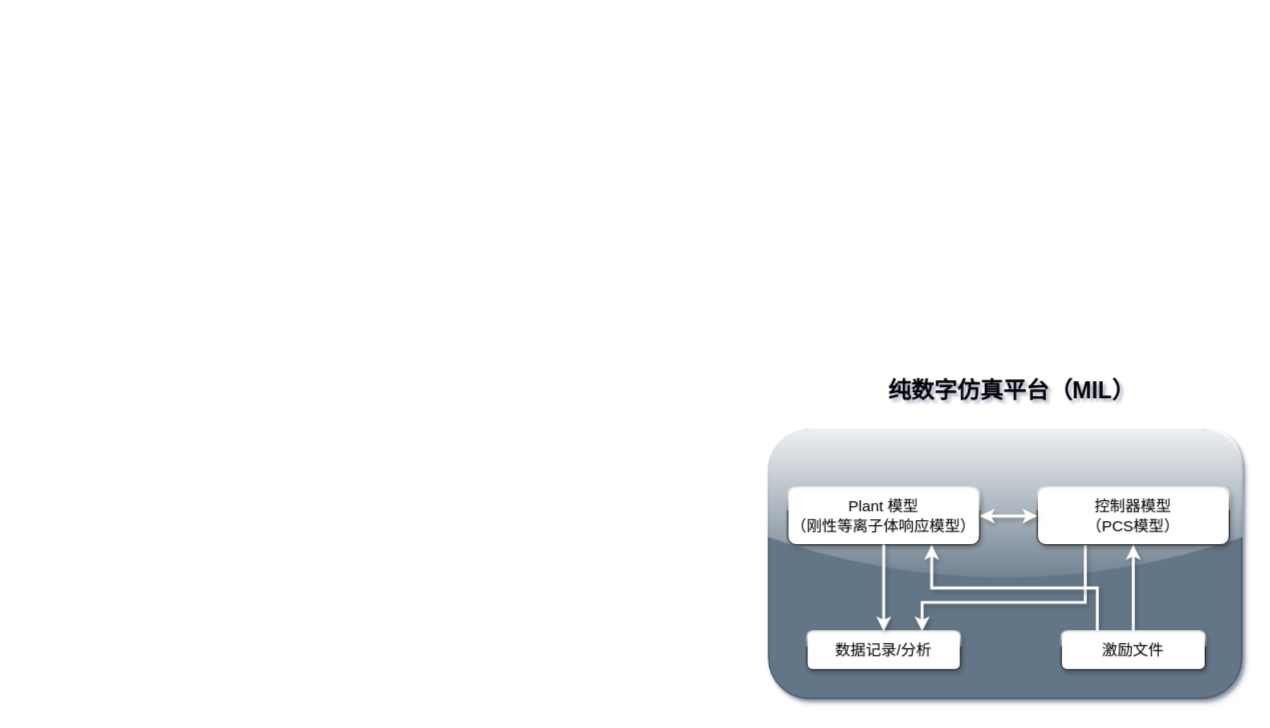
3038814044/draw keeps this draw.io diagram as Untitled Diagram.drawio. Above is the earlier version. Source tidied: cells renumbered, new cells numbered last; positions are measured from the earlier drawing's top-left corner, leaving out a move shared by most shapes. Both pictures are drawn from the tidied source at 96%, with x=0, y=0 at pixel (768, 372).
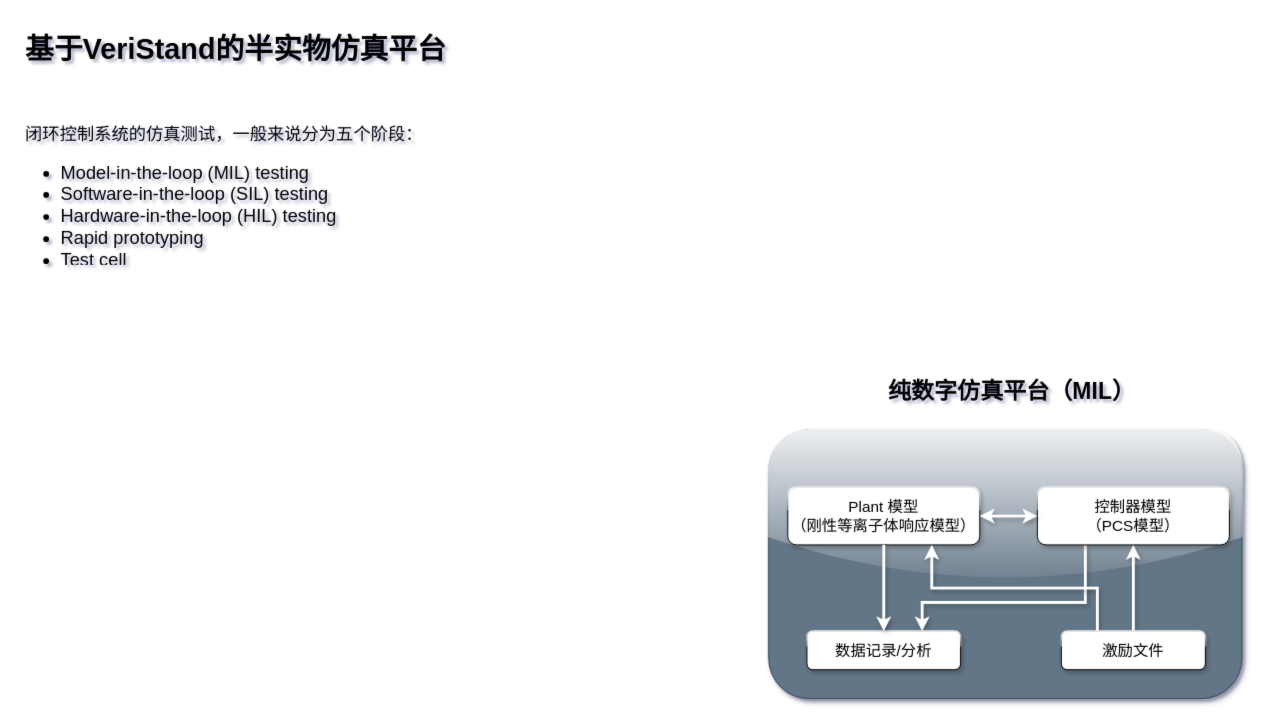
Above is the later version.

Change to the diagram source:
```diff
@@
-<mxGraphModel background="#ffffff" shadow="1">
+<mxGraphModel background="#FFFFFF" shadow="1">
   <root>
     <mxCell id="0" />
     <mxCell id="1" parent="0" />
     <mxCell id="2" style="whiteSpace=wrap;html=1;shadow=1;fontSize=18;fillColor=#647687;strokeColor=#314354;fontColor=#ffffff;sketch=0;glass=1;rounded=1;" parent="1" vertex="1">
       <mxGeometry y="60" width="493" height="280" as="geometry" />
     </mxCell>
     <mxCell id="3" value="纯数字仿真平台（MIL）" style="text;strokeColor=none;fillColor=none;html=1;fontSize=24;fontStyle=1;verticalAlign=middle;align=center;shadow=1;glass=0;rounded=0;sketch=0;" parent="1" vertex="1">
       <mxGeometry x="120" width="265" height="40" as="geometry" />
     </mxCell>
     <mxCell id="4" value="&lt;font style=&quot;font-size: 16px&quot;&gt;Plant 模型&lt;br&gt;（刚性等离子体响应模型）&lt;br&gt;&lt;/font&gt;" style="rounded=1;whiteSpace=wrap;html=1;gradientDirection=south;shadow=1;glass=1;" parent="1" vertex="1">
       <mxGeometry x="20" y="120" width="200" height="60" as="geometry" />
     </mxCell>
     <mxCell id="5" style="edgeStyle=orthogonalEdgeStyle;rounded=0;sketch=0;jettySize=auto;html=1;exitX=0.25;exitY=1;exitDx=0;exitDy=0;entryX=0.75;entryY=0;entryDx=0;entryDy=0;shadow=1;strokeColor=#FFFFFF;strokeWidth=3;" parent="1" edge="1" source="6" target="8">
       <mxGeometry relative="1" as="geometry">
         <Array as="points">
           <mxPoint x="330" y="240" />
           <mxPoint x="160" y="240" />
         </Array>
       </mxGeometry>
     </mxCell>
     <mxCell id="6" value="&lt;font style=&quot;font-size: 16px&quot;&gt;控制器模型&lt;br&gt;（PCS模型）&lt;br&gt;&lt;/font&gt;" style="rounded=1;whiteSpace=wrap;html=1;shadow=1;gradientColor=none;glass=1;" parent="1" vertex="1">
       <mxGeometry x="280" y="120" width="200" height="60" as="geometry" />
     </mxCell>
     <mxCell id="7" style="endArrow=classic;startArrow=classic;html=1;strokeColor=#FFFFFF;entryX=0;entryY=0.5;entryDx=0;entryDy=0;exitX=1;exitY=0.5;exitDx=0;exitDy=0;strokeWidth=3;sketch=0;shadow=1;" parent="1" edge="1" source="4" target="6">
       <mxGeometry relative="1" as="geometry" />
     </mxCell>
     <mxCell id="8" value="&lt;font style=&quot;font-size: 16px&quot;&gt;数据记录/分析&lt;/font&gt;" style="rounded=1;whiteSpace=wrap;html=1;shadow=1;glass=1;sketch=0;gradientColor=none;" parent="1" vertex="1">
       <mxGeometry x="40" y="270" width="160" height="40" as="geometry" />
     </mxCell>
     <mxCell id="9" style="edgeStyle=orthogonalEdgeStyle;rounded=0;sketch=0;jettySize=auto;html=1;exitX=0.5;exitY=0;exitDx=0;exitDy=0;shadow=1;strokeColor=#FFFFFF;strokeWidth=3;entryX=0.5;entryY=1;entryDx=0;entryDy=0;" parent="1" edge="1" source="11" target="6">
       <mxGeometry relative="1" as="geometry" />
     </mxCell>
     <mxCell id="10" style="edgeStyle=orthogonalEdgeStyle;rounded=0;sketch=0;jettySize=auto;html=1;exitX=0.25;exitY=0;exitDx=0;exitDy=0;entryX=0.75;entryY=1;entryDx=0;entryDy=0;shadow=1;strokeColor=#FFFFFF;strokeWidth=3;" parent="1" edge="1" source="11" target="4">
       <mxGeometry relative="1" as="geometry" />
     </mxCell>
     <mxCell id="11" value="&lt;span style=&quot;font-size: 16px&quot;&gt;激励文件&lt;/span&gt;" style="rounded=1;whiteSpace=wrap;html=1;shadow=1;glass=1;sketch=0;gradientColor=none;" parent="1" vertex="1">
       <mxGeometry x="305" y="270" width="150" height="40" as="geometry" />
     </mxCell>
     <mxCell id="12" style="endArrow=classic;html=1;shadow=1;strokeColor=#FFFFFF;strokeWidth=3;exitX=0.5;exitY=1;exitDx=0;exitDy=0;entryX=0.5;entryY=0;entryDx=0;entryDy=0;" parent="1" edge="1" source="4" target="8">
       <mxGeometry relative="1" as="geometry" />
     </mxCell>
+    <mxCell id="13" value="&lt;h1&gt;&lt;font style=&quot;font-size: 30px&quot;&gt;基于VeriStand的半实物仿真平台&lt;/font&gt;&lt;/h1&gt;&lt;h1&gt;&amp;nbsp;&lt;/h1&gt;&lt;div&gt;&lt;font style=&quot;font-size: 18px&quot;&gt;闭环控制系统的仿真测试，一般来说分为五个阶段：&lt;/font&gt;&lt;/div&gt;&lt;div&gt;&lt;br&gt;&lt;/div&gt;" style="text;html=1;strokeColor=none;fillColor=none;spacing=5;spacingTop=-20;whiteSpace=wrap;overflow=hidden;rounded=0;shadow=1;glass=0;sketch=0;" parent="1" vertex="1">
+      <mxGeometry x="-779.5" y="-360" width="450" height="250" as="geometry" />
+    </mxCell>
+    <mxCell id="14" value="&lt;ul style=&quot;font-size: 19px&quot;&gt;&lt;li&gt;Model-in-the-loop (MIL) testing&lt;/li&gt;&lt;li&gt;Software-in-the-loop (SIL) testing&lt;/li&gt;&lt;li&gt;Hardware-in-the-loop (HIL) testing&lt;/li&gt;&lt;li&gt;Rapid prototyping&lt;/li&gt;&lt;li&gt;Test cell&lt;/li&gt;&lt;/ul&gt;" style="text;strokeColor=none;fillColor=none;html=1;whiteSpace=wrap;verticalAlign=middle;overflow=hidden;rounded=0;shadow=1;glass=0;sketch=0;" parent="1" vertex="1">
+      <mxGeometry x="-779.5" y="-240" width="440" height="130" as="geometry" />
+    </mxCell>
   </root>
 </mxGraphModel>
```
